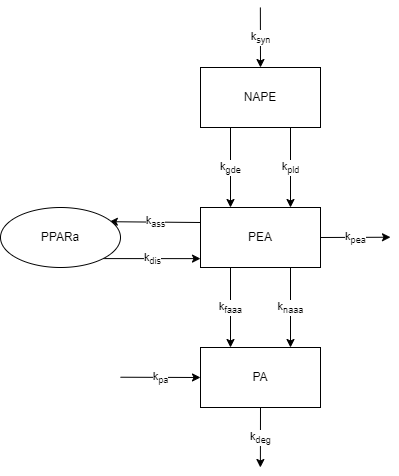
Above: Model.png in Atzetra/Model (draw.io), before the change. Source tidied: cells renumbered, new cells last; positions are measured from the earlier drawing's top-left corner, leaving out a move shared by most shapes.
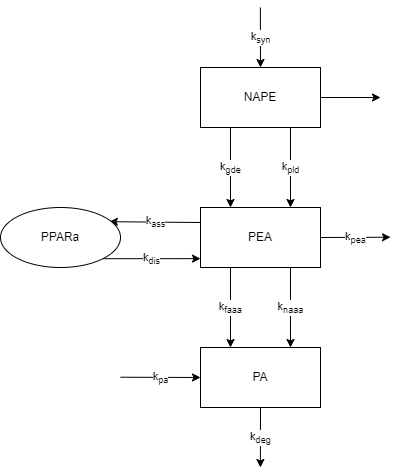
The same diagram one commit later.

Diff of the diagram source:
```diff
@@ -13,6 +13,11 @@
     <mxCell id="4" value="k&lt;sub&gt;gde&lt;/sub&gt;" style="edgeStyle=orthogonalEdgeStyle;rounded=0;sketch=0;jumpStyle=gap;jettySize=auto;html=1;exitX=0.25;exitY=1;exitDx=0;exitDy=0;entryX=0.25;entryY=0;entryDx=0;entryDy=0;startArrow=none;startFill=0;targetPerimeterSpacing=0;" parent="1" edge="1" source="5" target="10">
       <mxGeometry relative="1" as="geometry" />
     </mxCell>
+    <mxCell id="16" style="edgeStyle=orthogonalEdgeStyle;rounded=0;jettySize=auto;html=1;exitX=1;exitY=0.5;exitDx=0;exitDy=0;" parent="1" edge="1" source="5">
+      <mxGeometry relative="1" as="geometry">
+        <mxPoint x="380" y="90" as="targetPoint" />
+      </mxGeometry>
+    </mxCell>
     <mxCell id="5" value="NAPE" style="rounded=0;whiteSpace=wrap;html=1;" parent="1" vertex="1">
       <mxGeometry x="200" y="60" width="120" height="60" as="geometry" />
     </mxCell>
```
